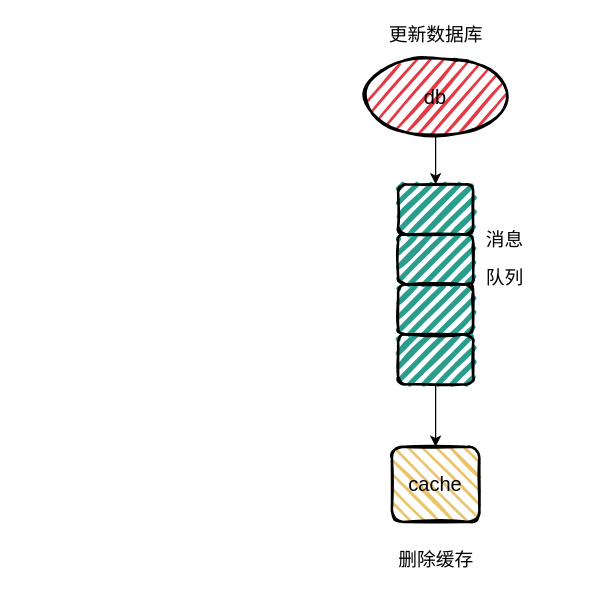
Before: page "cache-mq" (1 of 22) of redis/redis.drawio in boilingfrog/Go-POINT, a draw.io diagram. Source tidied: cells renumbered, new cells numbered last; positions are measured from the earlier drawing's top-left corner, leaving out a move shared by most shapes. Both pictures are drawn from the tidied source at 125%, with x=0, y=0 at pixel (360, 21).
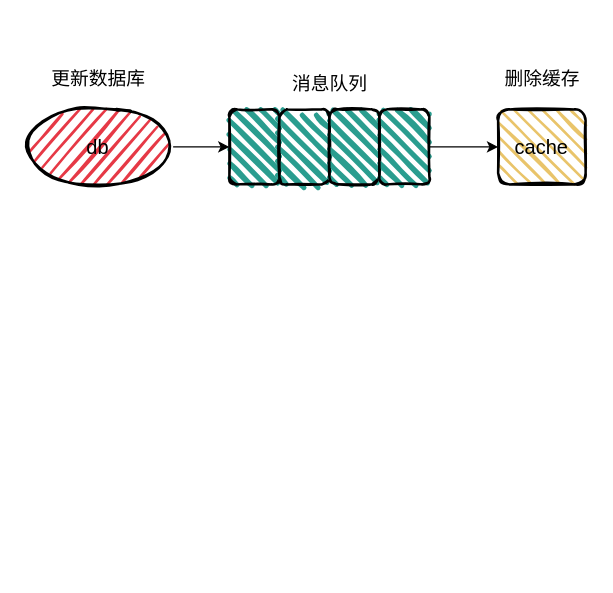
The same diagram, later.

Commit message (it also covers changes not shown here):
feat:Redis 中的缓存应用

Change to the diagram source:
```diff
@@
 <mxGraphModel>
   <root>
     <mxCell id="0" />
     <mxCell id="1" parent="0" />
-    <mxCell id="2" style="edgeStyle=none;html=1;entryX=0;entryY=0.5;entryDx=0;entryDy=0;" parent="1" edge="1" source="3" target="4">
+    <mxCell id="2" style="edgeStyle=none;html=1;entryX=1;entryY=0.5;entryDx=0;entryDy=0;" parent="1" edge="1" source="3" target="4">
       <mxGeometry relative="1" as="geometry" />
     </mxCell>
     <mxCell id="3" value="db" style="ellipse;whiteSpace=wrap;html=1;strokeWidth=2;fillWeight=2;hachureGap=8;fillColor=#E63946;fillStyle=dots;sketch=1;fontSize=16;" parent="1" vertex="1">
-      <mxGeometry y="30" width="120" height="60" as="geometry" />
+      <mxGeometry x="-270" y="70" width="120" height="60" as="geometry" />
     </mxCell>
-    <mxCell id="4" style="rounded=1;whiteSpace=wrap;html=1;strokeWidth=2;fillWeight=4;hachureGap=8;hachureAngle=45;sketch=1;fillColor=#2A9D8F;direction=south;" parent="1" vertex="1">
-      <mxGeometry x="30" y="130" width="60" height="40" as="geometry" />
+    <mxCell id="4" style="rounded=1;whiteSpace=wrap;html=1;strokeWidth=2;fillWeight=4;hachureGap=8;hachureAngle=45;sketch=1;fillColor=#2A9D8F;direction=west;" parent="1" vertex="1">
+      <mxGeometry x="-105" y="70" width="40" height="60" as="geometry" />
     </mxCell>
-    <mxCell id="5" style="rounded=1;whiteSpace=wrap;html=1;strokeWidth=2;fillWeight=4;hachureGap=8;hachureAngle=45;sketch=1;fillColor=#2A9D8F;direction=south;" parent="1" vertex="1">
-      <mxGeometry x="30" y="170" width="60" height="40" as="geometry" />
-    </mxCell>
-    <mxCell id="6" style="rounded=1;whiteSpace=wrap;html=1;strokeWidth=2;fillWeight=4;hachureGap=8;hachureAngle=45;sketch=1;fillColor=#2A9D8F;direction=south;" parent="1" vertex="1">
-      <mxGeometry x="30" y="210" width="60" height="40" as="geometry" />
-    </mxCell>
-    <mxCell id="7" style="edgeStyle=none;html=1;entryX=0.5;entryY=0;entryDx=0;entryDy=0;" parent="1" edge="1" source="8" target="10">
-      <mxGeometry relative="1" as="geometry" />
-    </mxCell>
-    <mxCell id="8" style="rounded=1;whiteSpace=wrap;html=1;strokeWidth=2;fillWeight=4;hachureGap=8;hachureAngle=45;sketch=1;fillColor=#2A9D8F;direction=south;" parent="1" vertex="1">
-      <mxGeometry x="30" y="250" width="60" height="40" as="geometry" />
-    </mxCell>
-    <mxCell id="9" value="&lt;span style=&quot;font-size: 15px&quot;&gt;消息&lt;br&gt;队列&lt;/span&gt;" style="text;html=1;align=center;verticalAlign=middle;strokeColor=none;fillColor=none;fontSize=25;" parent="1" vertex="1">
-      <mxGeometry x="90" y="150" width="50" height="70" as="geometry" />
+    <mxCell id="9" value="&lt;span style=&quot;font-size: 15px&quot;&gt;消息队列&lt;/span&gt;" style="text;html=1;align=center;verticalAlign=middle;strokeColor=none;fillColor=none;fontSize=25;" parent="1" vertex="1">
+      <mxGeometry x="-65" y="25" width="80" height="40" as="geometry" />
     </mxCell>
     <mxCell id="10" value="cache" style="rounded=1;whiteSpace=wrap;html=1;strokeWidth=2;fillWeight=2;hachureGap=8;hachureAngle=45;fillColor=#E9C46A;sketch=1;fontSize=16;fillStyle=dots;" parent="1" vertex="1">
-      <mxGeometry x="25" y="340" width="70" height="60" as="geometry" />
+      <mxGeometry x="110" y="70" width="70" height="60" as="geometry" />
     </mxCell>
     <mxCell id="11" value="更新数据库" style="text;html=1;align=center;verticalAlign=middle;strokeColor=none;fillColor=none;fontSize=15;" parent="1" vertex="1">
-      <mxGeometry x="15" width="90" height="20" as="geometry" />
+      <mxGeometry x="-255" y="35" width="90" height="20" as="geometry" />
     </mxCell>
     <mxCell id="12" value="删除缓存" style="text;html=1;align=center;verticalAlign=middle;strokeColor=none;fillColor=none;fontSize=15;" parent="1" vertex="1">
-      <mxGeometry x="20" y="420" width="80" height="20" as="geometry" />
+      <mxGeometry x="105" y="35" width="80" height="20" as="geometry" />
     </mxCell>
+    <mxCell id="13" style="rounded=1;whiteSpace=wrap;html=1;strokeWidth=2;fillWeight=4;hachureGap=8;hachureAngle=45;sketch=1;fillColor=#2A9D8F;direction=west;" parent="1" vertex="1">
+      <mxGeometry x="-65" y="70" width="40" height="60" as="geometry" />
+    </mxCell>
+    <mxCell id="14" style="rounded=1;whiteSpace=wrap;html=1;strokeWidth=2;fillWeight=4;hachureGap=8;hachureAngle=45;sketch=1;fillColor=#2A9D8F;direction=west;" parent="1" vertex="1">
+      <mxGeometry x="-25" y="70" width="40" height="60" as="geometry" />
+    </mxCell>
+    <mxCell id="15" style="edgeStyle=none;html=1;entryX=0;entryY=0.5;entryDx=0;entryDy=0;" parent="1" edge="1" source="16" target="10">
+      <mxGeometry relative="1" as="geometry" />
+    </mxCell>
+    <mxCell id="16" style="rounded=1;whiteSpace=wrap;html=1;strokeWidth=2;fillWeight=4;hachureGap=8;hachureAngle=45;sketch=1;fillColor=#2A9D8F;direction=west;" parent="1" vertex="1">
+      <mxGeometry x="15" y="70" width="40" height="60" as="geometry" />
+    </mxCell>
   </root>
 </mxGraphModel>
```
